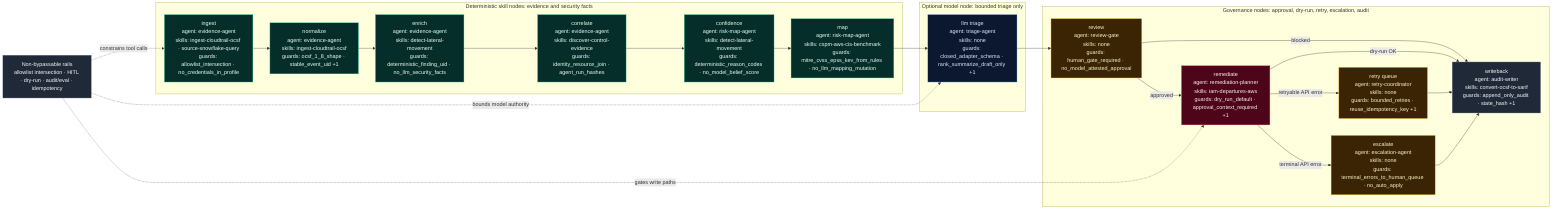
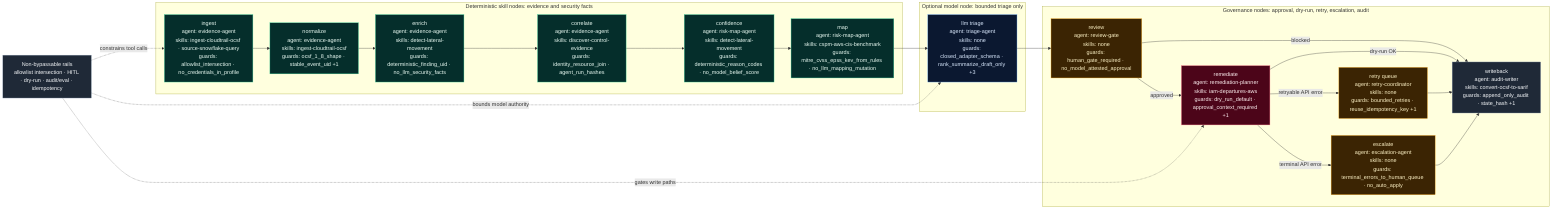
%% Generated by examples/agents/render_langgraph_pipeline_diagram.py.
%% Source of truth: pipeline_contract() in examples/agents/langgraph_security_graph.py.
%% Do not hand-edit topology here; update the contract and rerun the renderer.

flowchart LR
    classDef fact fill:#052e2b,stroke:#34d399,color:#ecfdf5
    classDef agent fill:#0b1830,stroke:#60a5fa,color:#dbeafe
    classDef gate fill:#3b2403,stroke:#f59e0b,color:#fef3c7
    classDef write fill:#4c0519,stroke:#fb7185,color:#fff1f2
    classDef audit fill:#1f2937,stroke:#94a3b8,color:#f8fafc

    subgraph FACTS["Deterministic skill nodes: evidence and security facts"]
        ING["ingest<br/>agent: evidence-agent<br/>skills: ingest-cloudtrail-ocsf · source-snowflake-query<br/>guards: allowlist_intersection · no_credentials_in_profile"]:::fact
        NORM["normalize<br/>agent: evidence-agent<br/>skills: ingest-cloudtrail-ocsf<br/>guards: ocsf_1_8_shape · stable_event_uid +1"]:::fact
        ENR["enrich<br/>agent: evidence-agent<br/>skills: detect-lateral-movement<br/>guards: deterministic_finding_uid · no_llm_security_facts"]:::fact
        COR["correlate<br/>agent: evidence-agent<br/>skills: discover-control-evidence<br/>guards: identity_resource_join · agent_run_hashes"]:::fact
        CONF["confidence<br/>agent: risk-map-agent<br/>skills: detect-lateral-movement<br/>guards: deterministic_reason_codes · no_model_belief_score"]:::fact
        MAP["map<br/>agent: risk-map-agent<br/>skills: cspm-aws-cis-benchmark<br/>guards: mitre_cvss_epss_kev_from_rules · no_llm_mapping_mutation"]:::fact
    end

    subgraph LLM["Optional model node: bounded triage only"]
-         TRIAGE["llm triage<br/>agent: triage-agent<br/>skills: none<br/>guards: closed_adapter_schema · rank_summarize_draft_only +1"]:::agent
+         TRIAGE["llm triage<br/>agent: triage-agent<br/>skills: none<br/>guards: closed_adapter_schema · rank_summarize_draft_only +3"]:::agent
    end

    subgraph GOV["Governance nodes: approval, dry-run, retry, escalation, audit"]
        REVIEW["review<br/>agent: review-gate<br/>skills: none<br/>guards: human_gate_required · no_model_attested_approval"]:::gate
        REM["remediate<br/>agent: remediation-planner<br/>skills: iam-departures-aws<br/>guards: dry_run_default · approval_context_required +1"]:::write
        RETRY["retry queue<br/>agent: retry-coordinator<br/>skills: none<br/>guards: bounded_retries · reuse_idempotency_key +1"]:::gate
        ESC["escalate<br/>agent: escalation-agent<br/>skills: none<br/>guards: terminal_errors_to_human_queue · no_auto_apply"]:::gate
        AUDIT["writeback<br/>agent: audit-writer<br/>skills: convert-ocsf-to-sarif<br/>guards: append_only_audit · state_hash +1"]:::audit
    end

    ING --> NORM
    NORM --> ENR
    ENR --> COR
    COR --> CONF
    CONF --> MAP
    MAP --> TRIAGE
    TRIAGE --> REVIEW
    REVIEW -- approved --> REM
    REVIEW -- blocked --> AUDIT
    REM -- retryable API error --> RETRY
    REM -- terminal API error --> ESC
    REM -- dry-run OK --> AUDIT
    RETRY --> AUDIT
    ESC --> AUDIT

    RAILS["Non-bypassable rails<br/>allowlist intersection · HITL · dry-run · audit/eval · idempotency"]:::audit
    RAILS -. constrains tool calls .-> ING
    RAILS -. bounds model authority .-> TRIAGE
    RAILS -. gates write paths .-> REM
